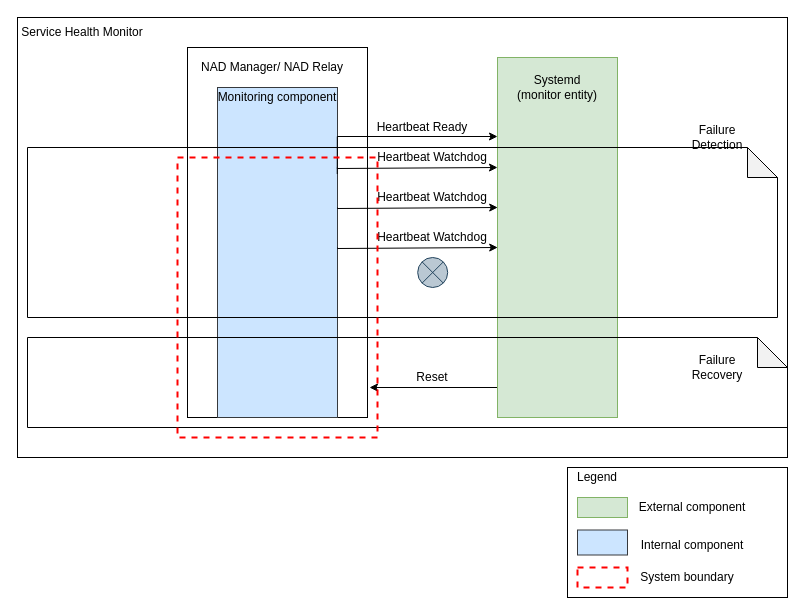
Above: page "heartbeat" (1 of 13) of doc/SA cert/Design/availability.drawio in taikt/codefun (draw.io), before the change. Source tidied: cells renumbered, new cells numbered last; positions are measured from the earlier drawing's top-left corner, leaving out a move shared by most shapes. Both pictures are drawn from the tidied source at 100%, with x=0, y=0 at pixel (17, 17).
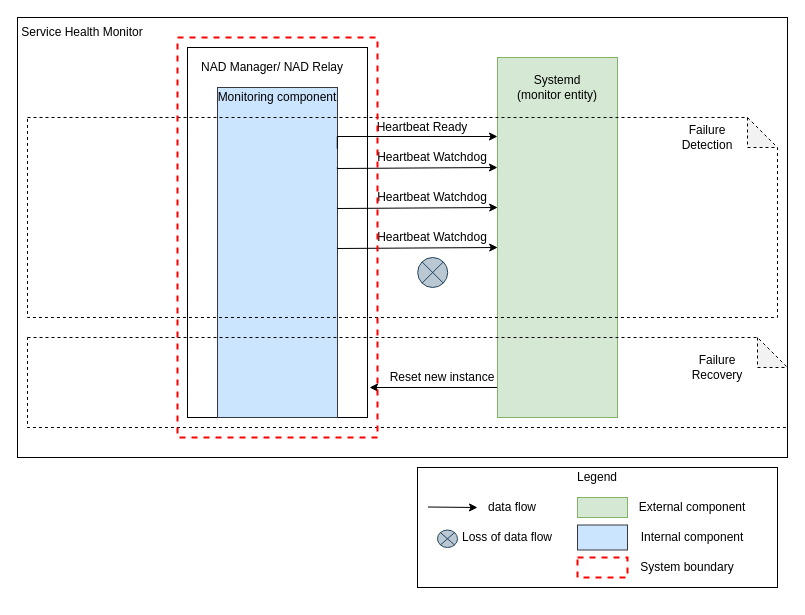
The same diagram, later.

The edit, as a diff of the source:
```diff
@@
-    <mxCell id="10" style="shape=note;whiteSpace=wrap;html=1;backgroundOutline=1;darkOpacity=0.05;gradientColor=#ffffff;fillColor=none;" parent="1" vertex="1">
-      <mxGeometry x="10" y="130" width="750" height="170" as="geometry" />
+    <mxCell id="10" style="shape=note;whiteSpace=wrap;html=1;backgroundOutline=1;darkOpacity=0.05;gradientColor=#ffffff;fillColor=none;dashed=1;" parent="1" vertex="1">
+      <mxGeometry x="10" y="100" width="750" height="200" as="geometry" />
     </mxCell>
     <mxCell id="11" value="Failure Detection" style="text;html=1;strokeColor=none;fillColor=none;align=center;verticalAlign=middle;whiteSpace=wrap;rounded=0;" parent="1" vertex="1">
-      <mxGeometry x="680" y="110" width="40" height="20" as="geometry" />
+      <mxGeometry x="670" y="110" width="40" height="20" as="geometry" />
     </mxCell>
@@
-    <mxCell id="20" style="shape=note;whiteSpace=wrap;html=1;backgroundOutline=1;darkOpacity=0.05;gradientColor=#ffffff;fillColor=none;" parent="1" vertex="1">
+    <mxCell id="20" style="shape=note;whiteSpace=wrap;html=1;backgroundOutline=1;darkOpacity=0.05;gradientColor=#ffffff;fillColor=none;dashed=1;" parent="1" vertex="1">
       <mxGeometry x="10" y="320" width="760" height="90" as="geometry" />
     </mxCell>
@@
-    <mxCell id="22" value="Reset" style="text;html=1;strokeColor=none;fillColor=none;align=center;verticalAlign=middle;whiteSpace=wrap;rounded=0;" parent="1" vertex="1">
-      <mxGeometry x="360.2" y="350" width="110" height="20" as="geometry" />
+    <mxCell id="22" value="Reset new instance" style="text;html=1;strokeColor=none;fillColor=none;align=center;verticalAlign=middle;whiteSpace=wrap;rounded=0;" parent="1" vertex="1">
+      <mxGeometry x="369.8" y="350" width="110" height="20" as="geometry" />
     </mxCell>
@@
     <mxCell id="26" style="rounded=0;whiteSpace=wrap;html=1;strokeColor=#000000;strokeWidth=1;fillColor=none;" parent="1" vertex="1">
-      <mxGeometry x="550" y="450" width="220" height="130" as="geometry" />
+      <mxGeometry x="400" y="450" width="360" height="120" as="geometry" />
     </mxCell>
@@
     <mxCell id="30" style="rounded=0;whiteSpace=wrap;html=1;fillColor=#cce5ff;strokeColor=#36393d;" parent="1" vertex="1">
-      <mxGeometry x="560" y="512.5" width="50" height="25" as="geometry" />
+      <mxGeometry x="560" y="507.5" width="50" height="25" as="geometry" />
     </mxCell>
     <mxCell id="31" value="Internal component" style="text;html=1;strokeColor=none;fillColor=none;align=center;verticalAlign=middle;whiteSpace=wrap;rounded=0;" parent="1" vertex="1">
-      <mxGeometry x="615" y="517.5" width="120" height="20" as="geometry" />
+      <mxGeometry x="615" y="510" width="120" height="20" as="geometry" />
     </mxCell>
     <mxCell id="32" style="rounded=0;whiteSpace=wrap;html=1;strokeWidth=2;fillColor=none;dashed=1;strokeColor=#FF0000;" parent="1" vertex="1">
-      <mxGeometry x="160" y="140" width="200" height="280" as="geometry" />
+      <mxGeometry x="160" y="20" width="200" height="400" as="geometry" />
     </mxCell>
     <mxCell id="33" style="rounded=0;whiteSpace=wrap;html=1;strokeWidth=2;fillColor=none;dashed=1;strokeColor=#FF0000;" parent="1" vertex="1">
-      <mxGeometry x="560" y="550" width="50" height="20" as="geometry" />
+      <mxGeometry x="560" y="540" width="50" height="20" as="geometry" />
     </mxCell>
     <mxCell id="34" value="System boundary" style="text;html=1;strokeColor=none;fillColor=none;align=center;verticalAlign=middle;whiteSpace=wrap;rounded=0;" parent="1" vertex="1">
-      <mxGeometry x="610" y="550" width="120" height="20" as="geometry" />
+      <mxGeometry x="610" y="540" width="120" height="20" as="geometry" />
     </mxCell>
+    <mxCell id="35" style="endArrow=classic;html=1;rounded=0;" parent="1" edge="1">
+      <mxGeometry relative="1" as="geometry">
+        <mxPoint x="410.4" y="489.5" as="sourcePoint" />
+        <mxPoint x="460" y="490" as="targetPoint" />
+      </mxGeometry>
+    </mxCell>
+    <mxCell id="36" value="data flow" style="text;html=1;strokeColor=none;fillColor=none;align=center;verticalAlign=middle;whiteSpace=wrap;rounded=0;" parent="1" vertex="1">
+      <mxGeometry x="420" y="480" width="150" height="20" as="geometry" />
+    </mxCell>
+    <mxCell id="37" style="shape=sumEllipse;perimeter=ellipsePerimeter;whiteSpace=wrap;html=1;backgroundOutline=1;fillColor=#bac8d3;strokeColor=#23445d;" parent="1" vertex="1">
+      <mxGeometry x="420" y="512.5" width="20" height="17.5" as="geometry" />
+    </mxCell>
+    <mxCell id="38" value="Loss of data flow" style="text;html=1;strokeColor=none;fillColor=none;align=center;verticalAlign=middle;whiteSpace=wrap;rounded=0;" parent="1" vertex="1">
+      <mxGeometry x="415" y="510" width="150" height="20" as="geometry" />
+    </mxCell>
```
